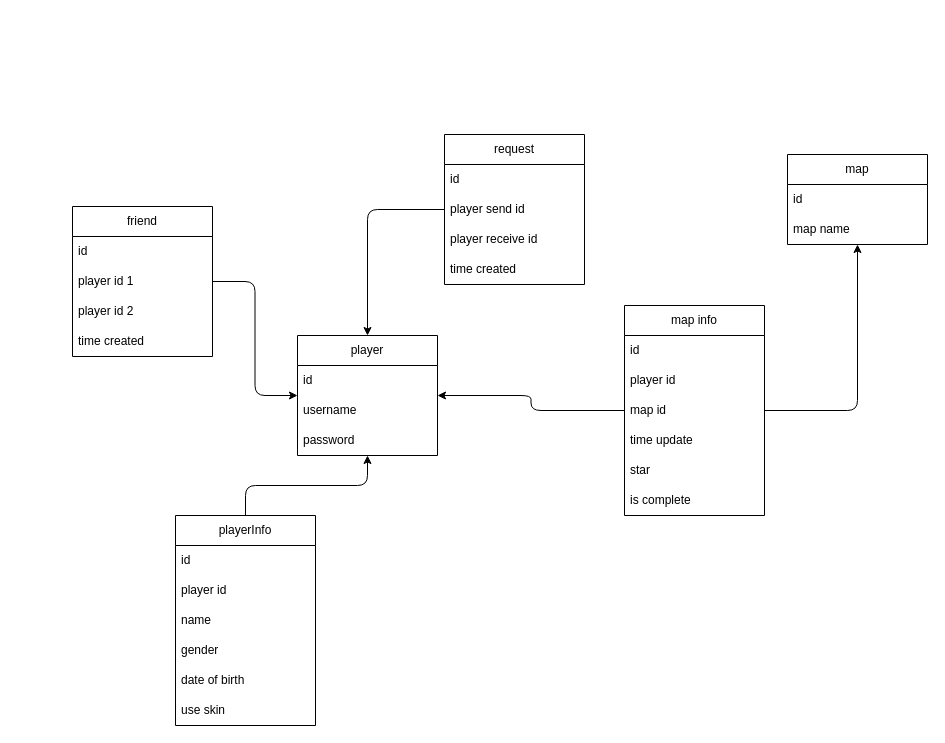
This is page "Page-3" (3 of 3) of Assets/_MyAsset/Diagram/info.drawio from VanPhat001/RedSkyRampageVRGame, a draw.io file, before an edit. Source tidied: cells renumbered, new cells numbered last; positions are measured from the earlier drawing's top-left corner, leaving out a move shared by most shapes. Both pictures are drawn from the tidied source at 100%, with x=0, y=0 at pixel (72, 134).
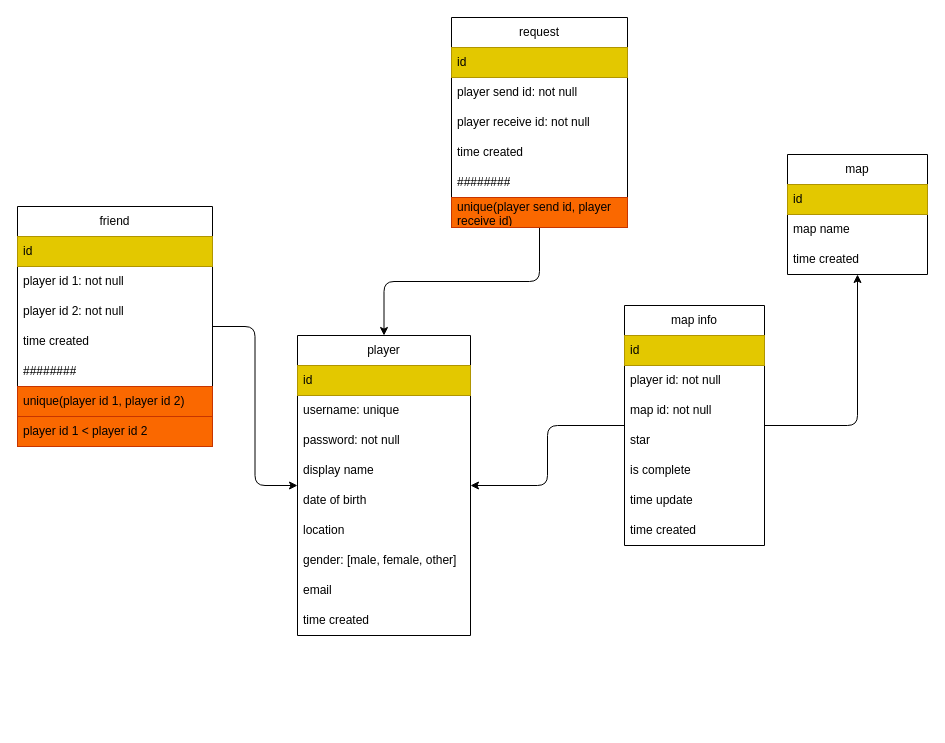
The same diagram, later.

What changed in the source:
```diff
@@
     <mxCell id="2" value="player" style="swimlane;fontStyle=0;horizontal=1;startSize=30;whiteSpace=wrap;html=1;" parent="1" vertex="1">
-      <mxGeometry x="225" y="201" width="140" height="120" as="geometry" />
+      <mxGeometry x="225" y="201" width="173" height="300" as="geometry" />
     </mxCell>
-    <mxCell id="3" value="id" style="text;strokeColor=none;fillColor=none;align=left;verticalAlign=middle;spacingLeft=4;spacingRight=4;overflow=hidden;whiteSpace=wrap;html=1;" parent="2" vertex="1">
-      <mxGeometry y="30" width="140" height="30" as="geometry" />
+    <mxCell id="3" value="id" style="text;strokeColor=#B09500;fillColor=#e3c800;align=left;verticalAlign=middle;spacingLeft=4;spacingRight=4;overflow=hidden;whiteSpace=wrap;html=1;fontColor=#000000;" parent="2" vertex="1">
+      <mxGeometry y="30" width="173" height="30" as="geometry" />
     </mxCell>
-    <mxCell id="4" value="username" style="text;strokeColor=none;fillColor=none;align=left;verticalAlign=middle;spacingLeft=4;spacingRight=4;overflow=hidden;whiteSpace=wrap;html=1;" parent="2" vertex="1">
-      <mxGeometry y="60" width="140" height="30" as="geometry" />
+    <mxCell id="4" value="username: unique" style="text;strokeColor=none;fillColor=none;align=left;verticalAlign=middle;spacingLeft=4;spacingRight=4;overflow=hidden;whiteSpace=wrap;html=1;" parent="2" vertex="1">
+      <mxGeometry y="60" width="173" height="30" as="geometry" />
     </mxCell>
-    <mxCell id="5" value="password" style="text;strokeColor=none;fillColor=none;align=left;verticalAlign=middle;spacingLeft=4;spacingRight=4;overflow=hidden;whiteSpace=wrap;html=1;" parent="2" vertex="1">
-      <mxGeometry y="90" width="140" height="30" as="geometry" />
+    <mxCell id="5" value="password: not null" style="text;strokeColor=none;fillColor=none;align=left;verticalAlign=middle;spacingLeft=4;spacingRight=4;overflow=hidden;whiteSpace=wrap;html=1;" parent="2" vertex="1">
+      <mxGeometry y="90" width="173" height="30" as="geometry" />
     </mxCell>
+    <mxCell id="38" value="display name" style="text;strokeColor=none;fillColor=none;align=left;verticalAlign=middle;spacingLeft=4;spacingRight=4;overflow=hidden;whiteSpace=wrap;html=1;" parent="2" vertex="1">
+      <mxGeometry y="120" width="173" height="30" as="geometry" />
+    </mxCell>
+    <mxCell id="21" value="date of birth" style="text;strokeColor=none;fillColor=none;align=left;verticalAlign=middle;spacingLeft=4;spacingRight=4;overflow=hidden;whiteSpace=wrap;html=1;" parent="2" vertex="1">
+      <mxGeometry y="150" width="173" height="30" as="geometry" />
+    </mxCell>
+    <mxCell id="39" value="location" style="text;strokeColor=none;fillColor=none;align=left;verticalAlign=middle;spacingLeft=4;spacingRight=4;overflow=hidden;whiteSpace=wrap;html=1;" parent="2" vertex="1">
+      <mxGeometry y="180" width="173" height="30" as="geometry" />
+    </mxCell>
+    <mxCell id="40" value="gender: [male, female, other]" style="text;strokeColor=none;fillColor=none;align=left;verticalAlign=middle;spacingLeft=4;spacingRight=4;overflow=hidden;whiteSpace=wrap;html=1;" parent="2" vertex="1">
+      <mxGeometry y="210" width="173" height="30" as="geometry" />
+    </mxCell>
+    <mxCell id="41" value="email" style="text;strokeColor=none;fillColor=none;align=left;verticalAlign=middle;spacingLeft=4;spacingRight=4;overflow=hidden;whiteSpace=wrap;html=1;" parent="2" vertex="1">
+      <mxGeometry y="240" width="173" height="30" as="geometry" />
+    </mxCell>
+    <mxCell id="42" value="time created" style="text;strokeColor=none;fillColor=none;align=left;verticalAlign=middle;spacingLeft=4;spacingRight=4;overflow=hidden;whiteSpace=wrap;html=1;" parent="2" vertex="1">
+      <mxGeometry y="270" width="173" height="30" as="geometry" />
+    </mxCell>
@@
     <mxCell id="8" value="map info" style="swimlane;fontStyle=0;horizontal=1;startSize=30;whiteSpace=wrap;html=1;" parent="1" vertex="1">
-      <mxGeometry x="552" y="171" width="140" height="210" as="geometry" />
+      <mxGeometry x="552" y="171" width="140" height="240" as="geometry" />
     </mxCell>
-    <mxCell id="9" value="id" style="text;strokeColor=none;fillColor=none;align=left;verticalAlign=middle;spacingLeft=4;spacingRight=4;overflow=hidden;whiteSpace=wrap;html=1;" parent="8" vertex="1">
+    <mxCell id="9" value="id" style="text;strokeColor=#B09500;fillColor=#e3c800;align=left;verticalAlign=middle;spacingLeft=4;spacingRight=4;overflow=hidden;whiteSpace=wrap;html=1;fontColor=#000000;" parent="8" vertex="1">
       <mxGeometry y="30" width="140" height="30" as="geometry" />
     </mxCell>
-    <mxCell id="10" value="player id" style="text;strokeColor=none;fillColor=none;align=left;verticalAlign=middle;spacingLeft=4;spacingRight=4;overflow=hidden;whiteSpace=wrap;html=1;" parent="8" vertex="1">
+    <mxCell id="10" value="player id: not null" style="text;strokeColor=none;fillColor=none;align=left;verticalAlign=middle;spacingLeft=4;spacingRight=4;overflow=hidden;whiteSpace=wrap;html=1;" parent="8" vertex="1">
       <mxGeometry y="60" width="140" height="30" as="geometry" />
     </mxCell>
-    <mxCell id="11" value="map id" style="text;strokeColor=none;fillColor=none;align=left;verticalAlign=middle;spacingLeft=4;spacingRight=4;overflow=hidden;whiteSpace=wrap;html=1;" parent="8" vertex="1">
+    <mxCell id="11" value="map id: not null" style="text;strokeColor=none;fillColor=none;align=left;verticalAlign=middle;spacingLeft=4;spacingRight=4;overflow=hidden;whiteSpace=wrap;html=1;" parent="8" vertex="1">
       <mxGeometry y="90" width="140" height="30" as="geometry" />
     </mxCell>
-    <mxCell id="12" value="time update" style="text;strokeColor=none;fillColor=none;align=left;verticalAlign=middle;spacingLeft=4;spacingRight=4;overflow=hidden;whiteSpace=wrap;html=1;" parent="8" vertex="1">
-      <mxGeometry y="120" width="140" height="30" as="geometry" />
-    </mxCell>
     <mxCell id="13" value="star" style="text;strokeColor=none;fillColor=none;align=left;verticalAlign=middle;spacingLeft=4;spacingRight=4;overflow=hidden;whiteSpace=wrap;html=1;" parent="8" vertex="1">
-      <mxGeometry y="150" width="140" height="30" as="geometry" />
+      <mxGeometry y="120" width="140" height="30" as="geometry" />
     </mxCell>
     <mxCell id="14" value="is complete" style="text;strokeColor=none;fillColor=none;align=left;verticalAlign=middle;spacingLeft=4;spacingRight=4;overflow=hidden;whiteSpace=wrap;html=1;" parent="8" vertex="1">
-      <mxGeometry y="180" width="140" height="30" as="geometry" />
+      <mxGeometry y="150" width="140" height="30" as="geometry" />
     </mxCell>
-    <mxCell id="15" style="edgeStyle=orthogonalEdgeStyle;html=1;" parent="1" edge="1" source="16" target="2">
-      <mxGeometry relative="1" as="geometry" />
-    </mxCell>
-    <mxCell id="16" value="playerInfo" style="swimlane;fontStyle=0;horizontal=1;startSize=30;whiteSpace=wrap;html=1;" parent="1" vertex="1">
-      <mxGeometry x="103" y="381" width="140" height="210" as="geometry" />
-    </mxCell>
-    <mxCell id="17" value="id" style="text;strokeColor=none;fillColor=none;align=left;verticalAlign=middle;spacingLeft=4;spacingRight=4;overflow=hidden;whiteSpace=wrap;html=1;" parent="16" vertex="1">
-      <mxGeometry y="30" width="140" height="30" as="geometry" />
-    </mxCell>
-    <mxCell id="18" value="player id" style="text;strokeColor=none;fillColor=none;align=left;verticalAlign=middle;spacingLeft=4;spacingRight=4;overflow=hidden;whiteSpace=wrap;html=1;" parent="16" vertex="1">
-      <mxGeometry y="60" width="140" height="30" as="geometry" />
-    </mxCell>
-    <mxCell id="19" value="name" style="text;strokeColor=none;fillColor=none;align=left;verticalAlign=middle;spacingLeft=4;spacingRight=4;overflow=hidden;whiteSpace=wrap;html=1;" parent="16" vertex="1">
-      <mxGeometry y="90" width="140" height="30" as="geometry" />
-    </mxCell>
-    <mxCell id="20" value="gender" style="text;strokeColor=none;fillColor=none;align=left;verticalAlign=middle;spacingLeft=4;spacingRight=4;overflow=hidden;whiteSpace=wrap;html=1;" parent="16" vertex="1">
-      <mxGeometry y="120" width="140" height="30" as="geometry" />
-    </mxCell>
-    <mxCell id="21" value="date of birth" style="text;strokeColor=none;fillColor=none;align=left;verticalAlign=middle;spacingLeft=4;spacingRight=4;overflow=hidden;whiteSpace=wrap;html=1;" parent="16" vertex="1">
-      <mxGeometry y="150" width="140" height="30" as="geometry" />
-    </mxCell>
-    <mxCell id="22" value="use skin" style="text;strokeColor=none;fillColor=none;align=left;verticalAlign=middle;spacingLeft=4;spacingRight=4;overflow=hidden;whiteSpace=wrap;html=1;" parent="16" vertex="1">
-      <mxGeometry y="180" width="140" height="30" as="geometry" />
-    </mxCell>
+    <mxCell id="12" value="time update" style="text;strokeColor=none;fillColor=none;align=left;verticalAlign=middle;spacingLeft=4;spacingRight=4;overflow=hidden;whiteSpace=wrap;html=1;" parent="8" vertex="1">
+      <mxGeometry y="180" width="140" height="30" as="geometry" />
+    </mxCell>
+    <mxCell id="43" value="time created" style="text;strokeColor=none;fillColor=none;align=left;verticalAlign=middle;spacingLeft=4;spacingRight=4;overflow=hidden;whiteSpace=wrap;html=1;" parent="8" vertex="1">
+      <mxGeometry y="210" width="140" height="30" as="geometry" />
+    </mxCell>
@@
     <mxCell id="24" value="friend" style="swimlane;fontStyle=0;horizontal=1;startSize=30;whiteSpace=wrap;html=1;" parent="1" vertex="1">
-      <mxGeometry y="72" width="140" height="150" as="geometry" />
+      <mxGeometry x="-55" y="72" width="195" height="240" as="geometry" />
     </mxCell>
-    <mxCell id="25" value="id" style="text;strokeColor=none;fillColor=none;align=left;verticalAlign=middle;spacingLeft=4;spacingRight=4;overflow=hidden;whiteSpace=wrap;html=1;" parent="24" vertex="1">
-      <mxGeometry y="30" width="140" height="30" as="geometry" />
+    <mxCell id="25" value="id" style="text;strokeColor=#B09500;fillColor=#e3c800;align=left;verticalAlign=middle;spacingLeft=4;spacingRight=4;overflow=hidden;whiteSpace=wrap;html=1;fontColor=#000000;" parent="24" vertex="1">
+      <mxGeometry y="30" width="195" height="30" as="geometry" />
     </mxCell>
-    <mxCell id="26" value="player id 1" style="text;strokeColor=none;fillColor=none;align=left;verticalAlign=middle;spacingLeft=4;spacingRight=4;overflow=hidden;whiteSpace=wrap;html=1;" parent="24" vertex="1">
-      <mxGeometry y="60" width="140" height="30" as="geometry" />
+    <mxCell id="26" value="player id 1: not null" style="text;strokeColor=none;fillColor=none;align=left;verticalAlign=middle;spacingLeft=4;spacingRight=4;overflow=hidden;whiteSpace=wrap;html=1;" parent="24" vertex="1">
+      <mxGeometry y="60" width="195" height="30" as="geometry" />
     </mxCell>
-    <mxCell id="27" value="player id 2" style="text;strokeColor=none;fillColor=none;align=left;verticalAlign=middle;spacingLeft=4;spacingRight=4;overflow=hidden;whiteSpace=wrap;html=1;" parent="24" vertex="1">
-      <mxGeometry y="90" width="140" height="30" as="geometry" />
+    <mxCell id="27" value="player id 2: not null" style="text;strokeColor=none;fillColor=none;align=left;verticalAlign=middle;spacingLeft=4;spacingRight=4;overflow=hidden;whiteSpace=wrap;html=1;" parent="24" vertex="1">
+      <mxGeometry y="90" width="195" height="30" as="geometry" />
     </mxCell>
     <mxCell id="28" value="time created" style="text;strokeColor=none;fillColor=none;align=left;verticalAlign=middle;spacingLeft=4;spacingRight=4;overflow=hidden;whiteSpace=wrap;html=1;" parent="24" vertex="1">
-      <mxGeometry y="120" width="140" height="30" as="geometry" />
+      <mxGeometry y="120" width="195" height="30" as="geometry" />
     </mxCell>
+    <mxCell id="44" value="########" style="text;strokeColor=none;fillColor=none;align=left;verticalAlign=middle;spacingLeft=4;spacingRight=4;overflow=hidden;whiteSpace=wrap;html=1;" parent="24" vertex="1">
+      <mxGeometry y="150" width="195" height="30" as="geometry" />
+    </mxCell>
+    <mxCell id="45" value="unique(player id 1, player id 2)" style="text;strokeColor=#C73500;fillColor=#fa6800;align=left;verticalAlign=middle;spacingLeft=4;spacingRight=4;overflow=hidden;whiteSpace=wrap;html=1;fontColor=#000000;" parent="24" vertex="1">
+      <mxGeometry y="180" width="195" height="30" as="geometry" />
+    </mxCell>
+    <mxCell id="46" value="player id 1 &amp;lt; player id 2" style="text;strokeColor=#C73500;fillColor=#fa6800;align=left;verticalAlign=middle;spacingLeft=4;spacingRight=4;overflow=hidden;whiteSpace=wrap;html=1;fontColor=#000000;" parent="24" vertex="1">
+      <mxGeometry y="210" width="195" height="30" as="geometry" />
+    </mxCell>
@@
     <mxCell id="30" value="request" style="swimlane;fontStyle=0;horizontal=1;startSize=30;whiteSpace=wrap;html=1;" parent="1" vertex="1">
-      <mxGeometry x="372" width="140" height="150" as="geometry" />
+      <mxGeometry x="379" y="-117" width="176" height="210" as="geometry" />
     </mxCell>
-    <mxCell id="31" value="id" style="text;strokeColor=none;fillColor=none;align=left;verticalAlign=middle;spacingLeft=4;spacingRight=4;overflow=hidden;whiteSpace=wrap;html=1;" parent="30" vertex="1">
-      <mxGeometry y="30" width="140" height="30" as="geometry" />
+    <mxCell id="31" value="id" style="text;strokeColor=#B09500;fillColor=#e3c800;align=left;verticalAlign=middle;spacingLeft=4;spacingRight=4;overflow=hidden;whiteSpace=wrap;html=1;fontColor=#000000;" parent="30" vertex="1">
+      <mxGeometry y="30" width="176" height="30" as="geometry" />
     </mxCell>
-    <mxCell id="32" value="player send id" style="text;strokeColor=none;fillColor=none;align=left;verticalAlign=middle;spacingLeft=4;spacingRight=4;overflow=hidden;whiteSpace=wrap;html=1;" parent="30" vertex="1">
-      <mxGeometry y="60" width="140" height="30" as="geometry" />
+    <mxCell id="32" value="player send id: not null" style="text;strokeColor=none;fillColor=none;align=left;verticalAlign=middle;spacingLeft=4;spacingRight=4;overflow=hidden;whiteSpace=wrap;html=1;" parent="30" vertex="1">
+      <mxGeometry y="60" width="176" height="30" as="geometry" />
     </mxCell>
-    <mxCell id="33" value="player receive id" style="text;strokeColor=none;fillColor=none;align=left;verticalAlign=middle;spacingLeft=4;spacingRight=4;overflow=hidden;whiteSpace=wrap;html=1;" parent="30" vertex="1">
-      <mxGeometry y="90" width="140" height="30" as="geometry" />
+    <mxCell id="33" value="player receive id: not null" style="text;strokeColor=none;fillColor=none;align=left;verticalAlign=middle;spacingLeft=4;spacingRight=4;overflow=hidden;whiteSpace=wrap;html=1;" parent="30" vertex="1">
+      <mxGeometry y="90" width="176" height="30" as="geometry" />
     </mxCell>
     <mxCell id="34" value="time created" style="text;strokeColor=none;fillColor=none;align=left;verticalAlign=middle;spacingLeft=4;spacingRight=4;overflow=hidden;whiteSpace=wrap;html=1;" parent="30" vertex="1">
-      <mxGeometry y="120" width="140" height="30" as="geometry" />
+      <mxGeometry y="120" width="176" height="30" as="geometry" />
     </mxCell>
+    <mxCell id="47" value="########" style="text;strokeColor=none;fillColor=none;align=left;verticalAlign=middle;spacingLeft=4;spacingRight=4;overflow=hidden;whiteSpace=wrap;html=1;" parent="30" vertex="1">
+      <mxGeometry y="150" width="176" height="30" as="geometry" />
+    </mxCell>
+    <mxCell id="48" value="unique(player send id, player receive id)" style="text;strokeColor=#C73500;fillColor=#fa6800;align=left;verticalAlign=middle;spacingLeft=4;spacingRight=4;overflow=hidden;whiteSpace=wrap;html=1;fontColor=#000000;" parent="30" vertex="1">
+      <mxGeometry y="180" width="176" height="30" as="geometry" />
+    </mxCell>
     <mxCell id="35" value="map" style="swimlane;fontStyle=0;horizontal=1;startSize=30;whiteSpace=wrap;html=1;" parent="1" vertex="1">
-      <mxGeometry x="715" y="20" width="140" height="90" as="geometry" />
+      <mxGeometry x="715" y="20" width="140" height="120" as="geometry" />
     </mxCell>
-    <mxCell id="36" value="id" style="text;strokeColor=none;fillColor=none;align=left;verticalAlign=middle;spacingLeft=4;spacingRight=4;overflow=hidden;whiteSpace=wrap;html=1;" parent="35" vertex="1">
+    <mxCell id="36" value="id" style="text;strokeColor=#B09500;fillColor=#e3c800;align=left;verticalAlign=middle;spacingLeft=4;spacingRight=4;overflow=hidden;whiteSpace=wrap;html=1;fontColor=#000000;" parent="35" vertex="1">
       <mxGeometry y="30" width="140" height="30" as="geometry" />
     </mxCell>
@@
+    <mxCell id="49" value="time created" style="text;strokeColor=none;fillColor=none;align=left;verticalAlign=middle;spacingLeft=4;spacingRight=4;overflow=hidden;whiteSpace=wrap;html=1;" parent="35" vertex="1">
+      <mxGeometry y="90" width="140" height="30" as="geometry" />
+    </mxCell>
```
